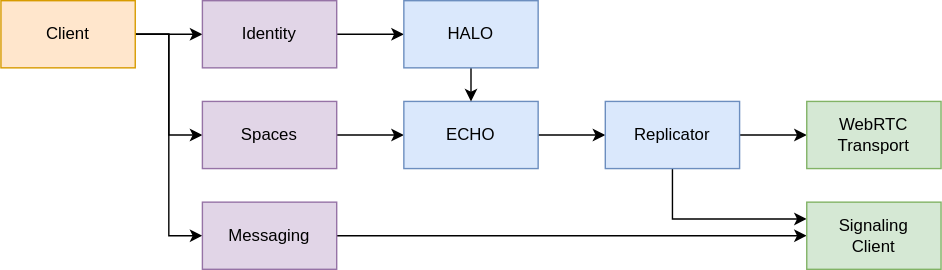
This is docs/design/diagrams/client-services-modules.drawio.svg from dxos/dxos, a draw.io export, as it was before one commit. Source tidied: cells renumbered, new cells last; positions are measured from the earlier drawing's top-left corner, leaving out a move shared by most shapes.
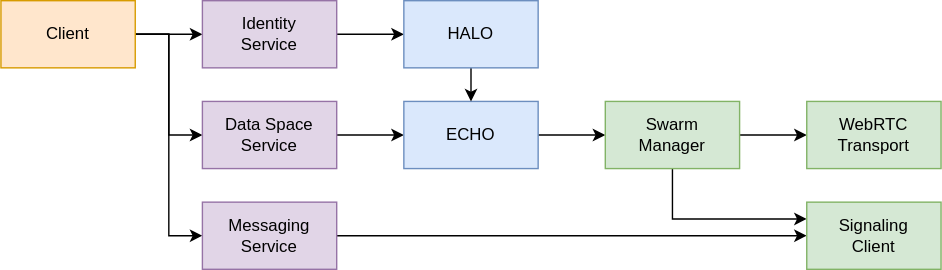
After the change.

Change to the diagram source:
```diff
@@ -27,19 +27,19 @@
     <mxCell id="6" style="edgeStyle=none;rounded=0;html=1;exitX=1;exitY=0.5;exitDx=0;exitDy=0;entryX=0;entryY=0.5;entryDx=0;entryDy=0;" parent="1" edge="1" source="7" target="19">
       <mxGeometry relative="1" as="geometry" />
     </mxCell>
-    <mxCell id="7" value="Messaging" style="rounded=0;whiteSpace=wrap;html=1;fillColor=#e1d5e7;strokeColor=#9673a6;" parent="1" vertex="1">
+    <mxCell id="7" value="Messaging&lt;br&gt;Service" style="rounded=0;whiteSpace=wrap;html=1;fillColor=#e1d5e7;strokeColor=#9673a6;" parent="1" vertex="1">
       <mxGeometry x="144" y="144" width="96" height="48" as="geometry" />
     </mxCell>
     <mxCell id="8" style="edgeStyle=none;html=1;exitX=1;exitY=0.5;exitDx=0;exitDy=0;" parent="1" edge="1" source="9" target="15">
       <mxGeometry relative="1" as="geometry" />
     </mxCell>
-    <mxCell id="9" value="Identity" style="rounded=0;whiteSpace=wrap;html=1;fillColor=#e1d5e7;strokeColor=#9673a6;" parent="1" vertex="1">
+    <mxCell id="9" value="Identity&lt;br&gt;Service" style="rounded=0;whiteSpace=wrap;html=1;fillColor=#e1d5e7;strokeColor=#9673a6;" parent="1" vertex="1">
       <mxGeometry x="144" width="96" height="48" as="geometry" />
     </mxCell>
     <mxCell id="10" style="edgeStyle=none;html=1;exitX=1;exitY=0.5;exitDx=0;exitDy=0;" parent="1" edge="1" source="11" target="13">
       <mxGeometry relative="1" as="geometry" />
     </mxCell>
-    <mxCell id="11" value="Spaces" style="rounded=0;whiteSpace=wrap;html=1;fillColor=#e1d5e7;strokeColor=#9673a6;" parent="1" vertex="1">
+    <mxCell id="11" value="Data Space&lt;br&gt;Service" style="rounded=0;whiteSpace=wrap;html=1;fillColor=#e1d5e7;strokeColor=#9673a6;" parent="1" vertex="1">
       <mxGeometry x="144" y="72" width="96" height="48" as="geometry" />
     </mxCell>
     <mxCell id="12" style="edgeStyle=none;rounded=0;html=1;exitX=1;exitY=0.5;exitDx=0;exitDy=0;entryX=0;entryY=0.5;entryDx=0;entryDy=0;" parent="1" edge="1" source="13" target="18">
@@ -64,7 +64,7 @@
         </Array>
       </mxGeometry>
     </mxCell>
-    <mxCell id="18" value="Replicator" style="rounded=0;whiteSpace=wrap;html=1;fillColor=#dae8fc;strokeColor=#6c8ebf;" parent="1" vertex="1">
+    <mxCell id="18" value="Swarm&lt;br&gt;Manager" style="rounded=0;whiteSpace=wrap;html=1;fillColor=#d5e8d4;strokeColor=#82b366;" parent="1" vertex="1">
       <mxGeometry x="432" y="72" width="96" height="48" as="geometry" />
     </mxCell>
     <mxCell id="19" value="Signaling&lt;br&gt;Client" style="rounded=0;whiteSpace=wrap;html=1;fillColor=#d5e8d4;strokeColor=#82b366;" parent="1" vertex="1">
```
